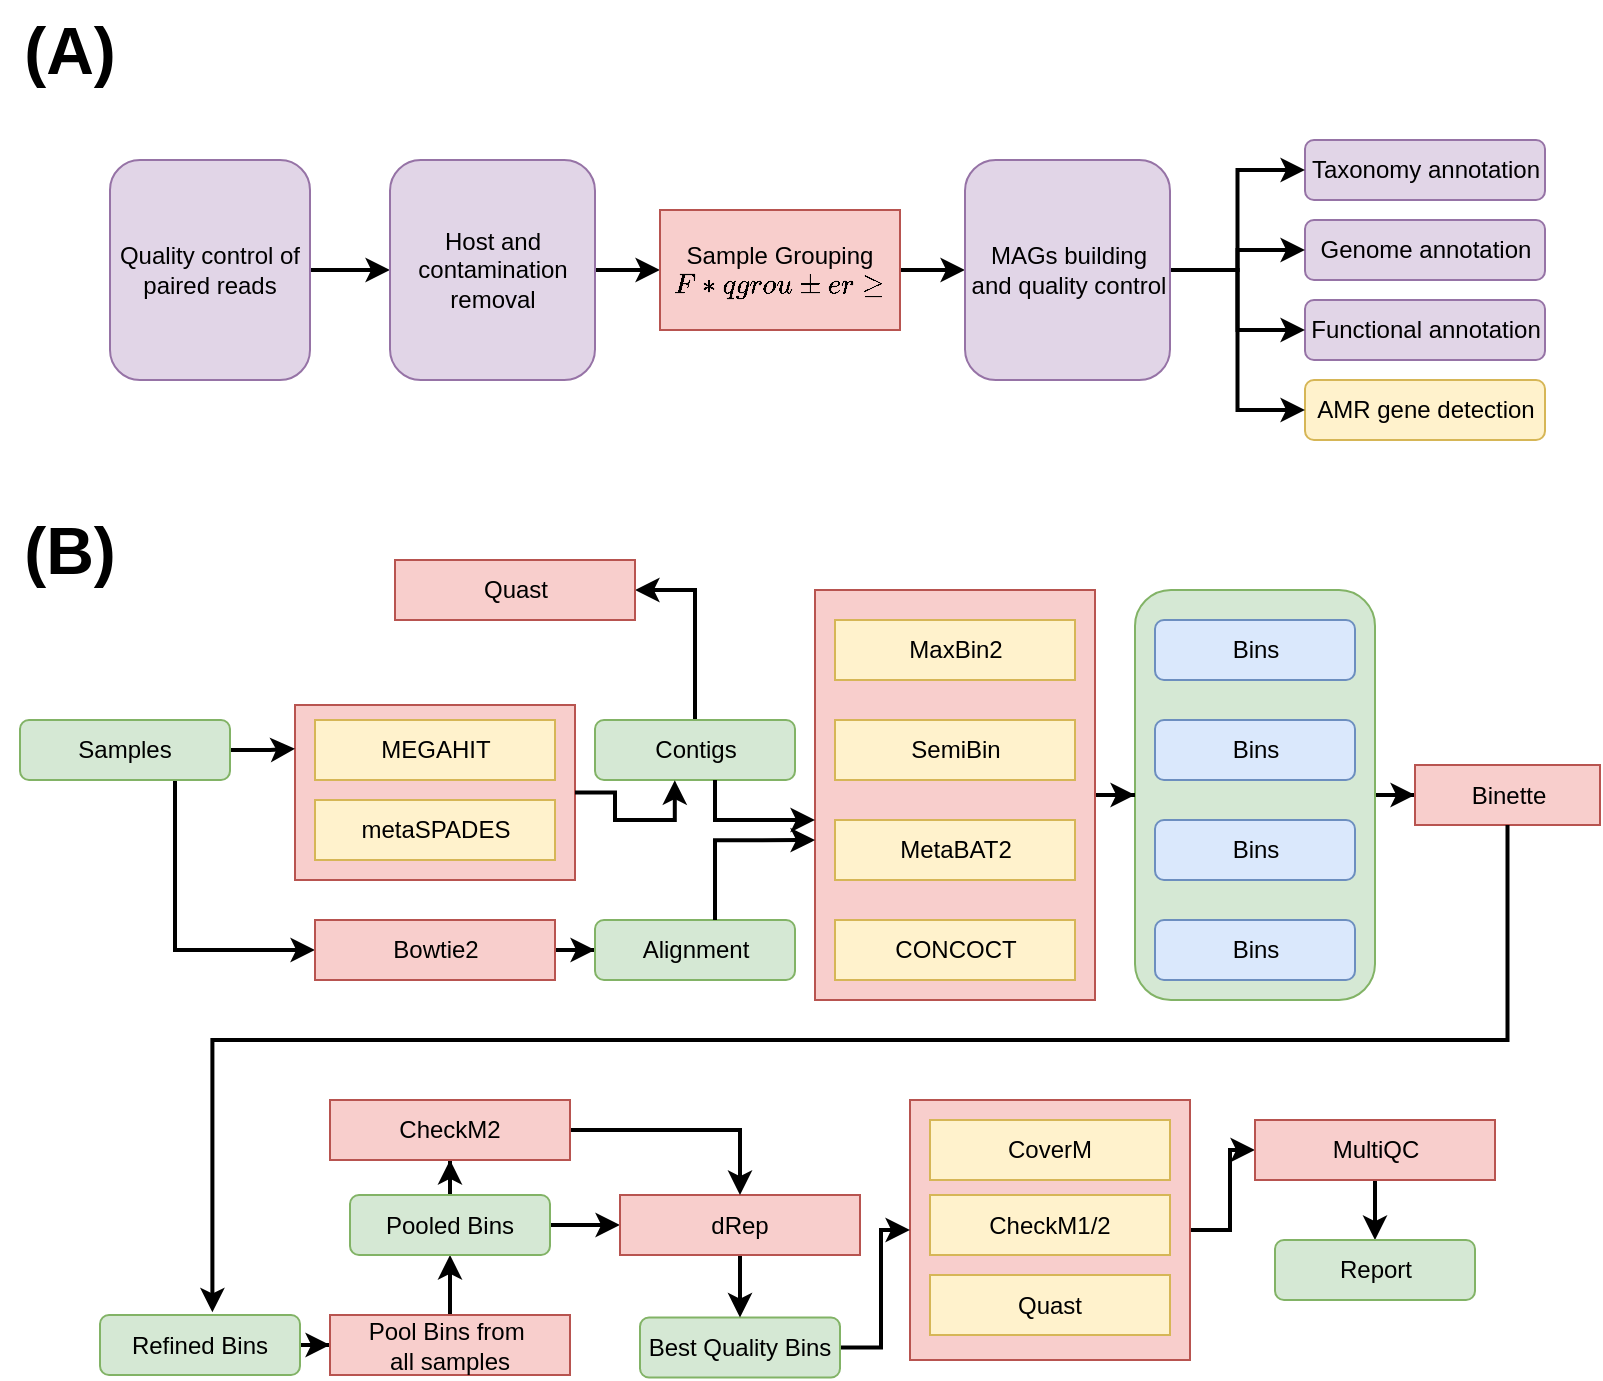
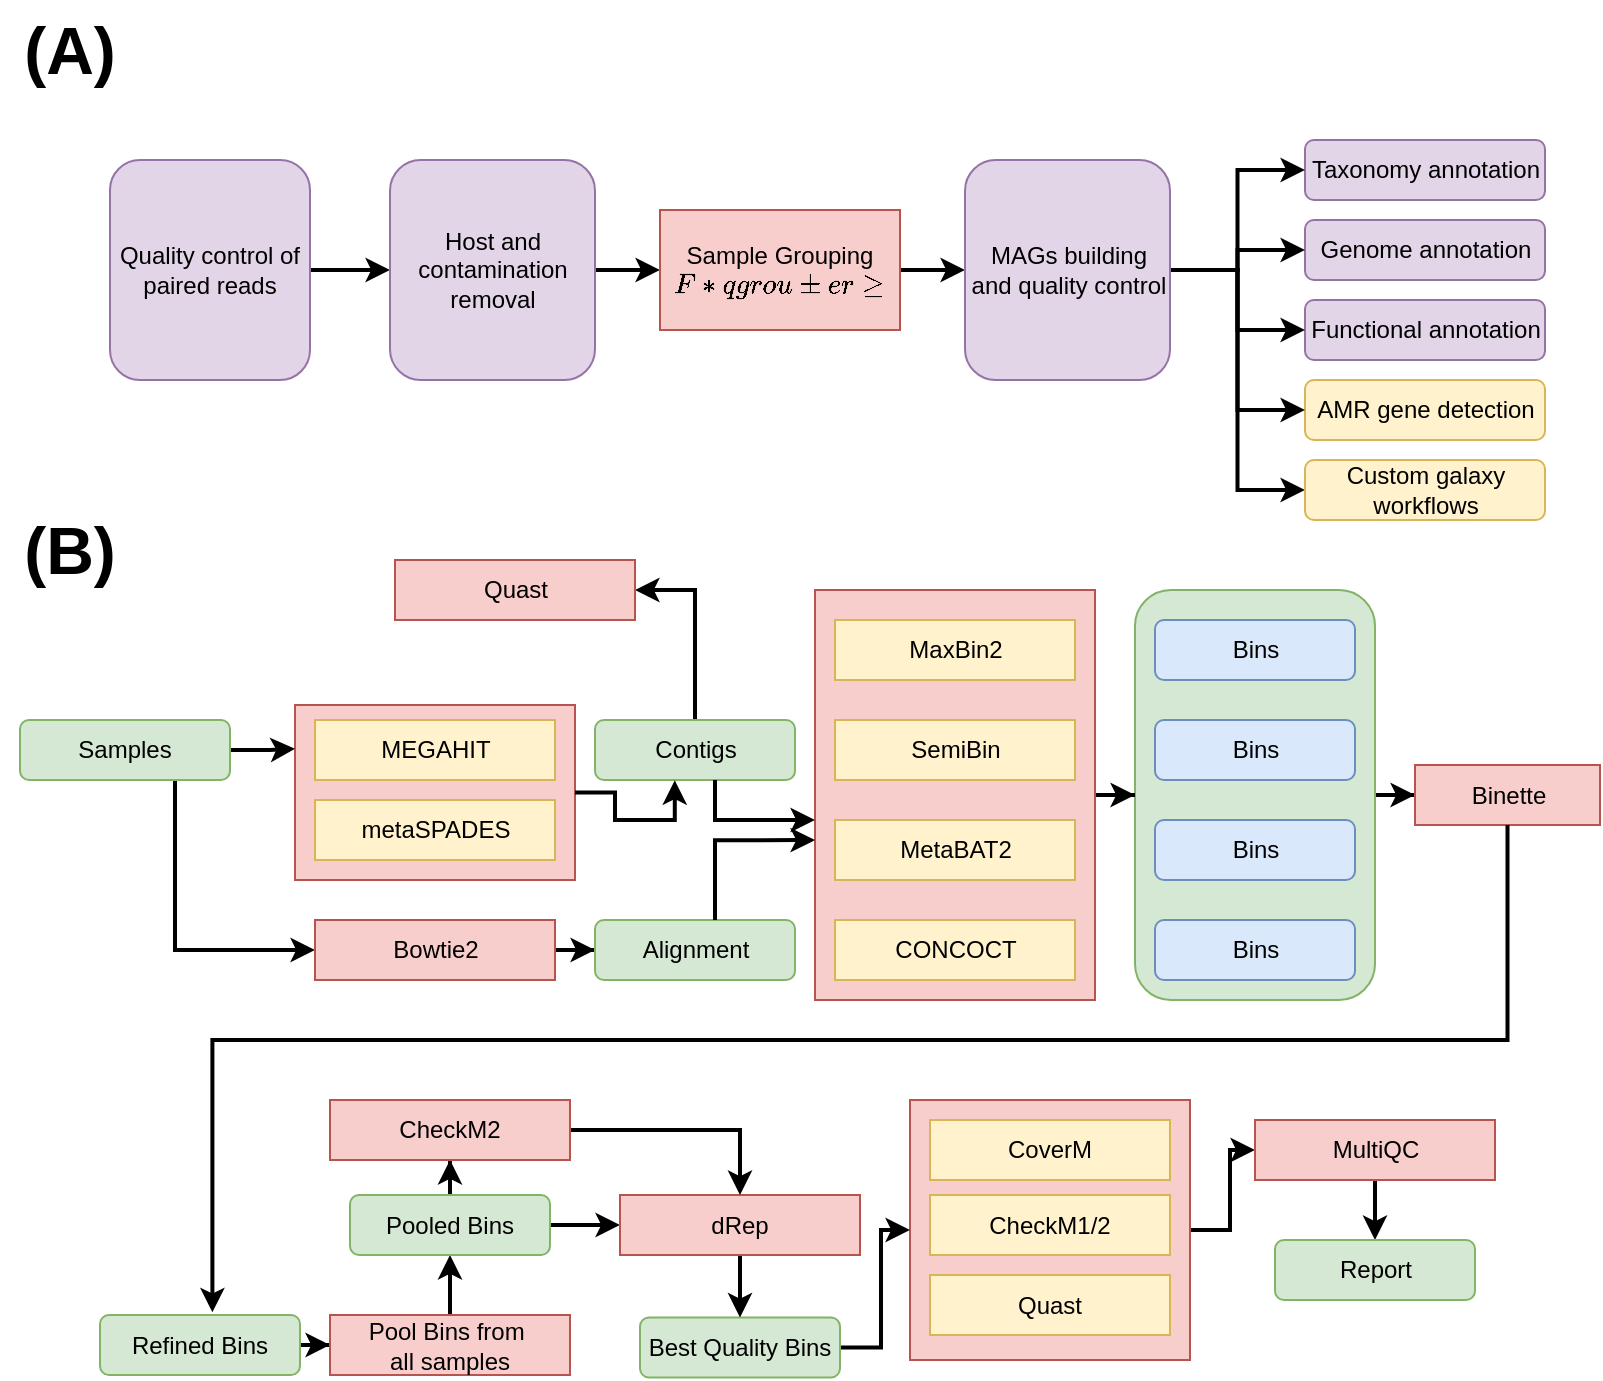
<mxfile host="app.diagrams.net" agent="Mozilla/5.0 (X11; Linux x86_64) AppleWebKit/537.36 (KHTML, like Gecko) Chrome/145.0.0.0 Safari/537.36" version="29.6.4">
  <diagram name="Page-1" id="OXx0mrphuP4tM-t9iBNC">
-     <mxGraphModel dx="1133" dy="733" grid="1" gridSize="10" guides="1" tooltips="1" connect="1" arrows="1" fold="1" page="1" pageScale="1" pageWidth="827" pageHeight="1169" math="0" shadow="0">
+     <mxGraphModel dx="938" dy="606" grid="1" gridSize="10" guides="1" tooltips="1" connect="1" arrows="1" fold="1" page="1" pageScale="1" pageWidth="827" pageHeight="1169" math="0" shadow="0">
      <root>
        <mxCell id="0" />
        <mxCell id="1" parent="0" />
        <mxCell id="AoyrjoGFgOjHUxMBYxMh-1" parent="1" style="rounded=0;whiteSpace=wrap;html=1;fillColor=#f8cecc;strokeColor=#b85450;" value="" vertex="1">
          <mxGeometry height="87.5" width="140" x="147.5" y="352.5" as="geometry" />
        </mxCell>
        <mxCell id="AoyrjoGFgOjHUxMBYxMh-2" edge="1" parent="1" source="AoyrjoGFgOjHUxMBYxMh-3" style="edgeStyle=orthogonalEdgeStyle;rounded=0;orthogonalLoop=1;jettySize=auto;html=1;strokeWidth=2;" target="AoyrjoGFgOjHUxMBYxMh-44">
          <mxGeometry relative="1" as="geometry" />
        </mxCell>
        <mxCell id="AoyrjoGFgOjHUxMBYxMh-3" parent="1" style="rounded=0;whiteSpace=wrap;html=1;fillColor=#f8cecc;strokeColor=#b85450;" value="" vertex="1">
          <mxGeometry height="130" width="140" x="455" y="550" as="geometry" />
        </mxCell>
        <mxCell id="AoyrjoGFgOjHUxMBYxMh-4" edge="1" parent="1" source="AoyrjoGFgOjHUxMBYxMh-5" style="edgeStyle=orthogonalEdgeStyle;rounded=0;orthogonalLoop=1;jettySize=auto;html=1;strokeWidth=2;" target="AoyrjoGFgOjHUxMBYxMh-27">
          <mxGeometry relative="1" as="geometry" />
        </mxCell>
        <mxCell id="AoyrjoGFgOjHUxMBYxMh-5" parent="1" style="rounded=1;whiteSpace=wrap;html=1;fillColor=#d5e8d4;strokeColor=#82b366;" value="" vertex="1">
          <mxGeometry height="205" width="120" x="567.5" y="295" as="geometry" />
        </mxCell>
        <mxCell id="AoyrjoGFgOjHUxMBYxMh-6" edge="1" parent="1" source="AoyrjoGFgOjHUxMBYxMh-7" style="edgeStyle=orthogonalEdgeStyle;rounded=0;orthogonalLoop=1;jettySize=auto;html=1;entryX=0;entryY=0.5;entryDx=0;entryDy=0;strokeWidth=2;" target="AoyrjoGFgOjHUxMBYxMh-5" value="">
          <mxGeometry relative="1" as="geometry" />
        </mxCell>
        <mxCell id="AoyrjoGFgOjHUxMBYxMh-7" parent="1" style="rounded=0;whiteSpace=wrap;html=1;fillColor=#f8cecc;strokeColor=#b85450;" value="" vertex="1">
          <mxGeometry height="205" width="140" x="407.5" y="295" as="geometry" />
        </mxCell>
        <mxCell id="AoyrjoGFgOjHUxMBYxMh-8" edge="1" parent="1" source="AoyrjoGFgOjHUxMBYxMh-10" style="edgeStyle=orthogonalEdgeStyle;rounded=0;orthogonalLoop=1;jettySize=auto;html=1;entryX=0;entryY=0.5;entryDx=0;entryDy=0;strokeWidth=2;" target="AoyrjoGFgOjHUxMBYxMh-16">
          <mxGeometry relative="1" as="geometry">
            <Array as="points">
              <mxPoint x="87.5" y="475" />
            </Array>
          </mxGeometry>
        </mxCell>
        <mxCell id="vkG2h01UbkOtzdg-TvTA-7" edge="1" parent="1" source="AoyrjoGFgOjHUxMBYxMh-10" style="edgeStyle=orthogonalEdgeStyle;rounded=0;orthogonalLoop=1;jettySize=auto;html=1;entryX=0;entryY=0.25;entryDx=0;entryDy=0;strokeWidth=2;" target="AoyrjoGFgOjHUxMBYxMh-1">
          <mxGeometry relative="1" as="geometry" />
        </mxCell>
        <mxCell id="AoyrjoGFgOjHUxMBYxMh-10" parent="1" style="rounded=1;whiteSpace=wrap;html=1;fillColor=#d5e8d4;strokeColor=#82b366;" value="Samples" vertex="1">
          <mxGeometry height="30" width="105" x="10" y="360" as="geometry" />
        </mxCell>
        <mxCell id="AoyrjoGFgOjHUxMBYxMh-11" edge="1" parent="1" source="AoyrjoGFgOjHUxMBYxMh-12" style="edgeStyle=orthogonalEdgeStyle;rounded=0;orthogonalLoop=1;jettySize=auto;html=1;entryX=1;entryY=0.5;entryDx=0;entryDy=0;strokeWidth=2;" target="AoyrjoGFgOjHUxMBYxMh-13">
          <mxGeometry relative="1" as="geometry" />
        </mxCell>
        <mxCell id="AoyrjoGFgOjHUxMBYxMh-12" parent="1" style="rounded=1;whiteSpace=wrap;html=1;fillColor=#d5e8d4;strokeColor=#82b366;" value="Contigs" vertex="1">
          <mxGeometry height="30" width="100" x="297.5" y="360" as="geometry" />
        </mxCell>
        <mxCell id="AoyrjoGFgOjHUxMBYxMh-13" parent="1" style="rounded=0;whiteSpace=wrap;html=1;fillColor=#f8cecc;strokeColor=#b85450;" value="Quast" vertex="1">
          <mxGeometry height="30" width="120" x="197.5" y="280" as="geometry" />
        </mxCell>
        <mxCell id="AoyrjoGFgOjHUxMBYxMh-14" parent="1" style="rounded=0;whiteSpace=wrap;html=1;fillColor=#fff2cc;strokeColor=#d6b656;" value="MEGAHIT" vertex="1">
          <mxGeometry height="30" width="120" x="157.5" y="360" as="geometry" />
        </mxCell>
        <mxCell id="AoyrjoGFgOjHUxMBYxMh-15" edge="1" parent="1" source="AoyrjoGFgOjHUxMBYxMh-16" style="edgeStyle=orthogonalEdgeStyle;rounded=0;orthogonalLoop=1;jettySize=auto;html=1;entryX=0;entryY=0.5;entryDx=0;entryDy=0;strokeWidth=2;" target="AoyrjoGFgOjHUxMBYxMh-22">
          <mxGeometry relative="1" as="geometry" />
        </mxCell>
        <mxCell id="AoyrjoGFgOjHUxMBYxMh-16" parent="1" style="rounded=0;whiteSpace=wrap;html=1;fillColor=#f8cecc;strokeColor=#b85450;" value="Bowtie2" vertex="1">
          <mxGeometry height="30" width="120" x="157.5" y="460" as="geometry" />
        </mxCell>
        <mxCell id="AoyrjoGFgOjHUxMBYxMh-17" parent="1" style="rounded=0;whiteSpace=wrap;html=1;fillColor=#fff2cc;strokeColor=#d6b656;" value="MaxBin2" vertex="1">
          <mxGeometry height="30" width="120" x="417.5" y="310" as="geometry" />
        </mxCell>
        <mxCell id="AoyrjoGFgOjHUxMBYxMh-18" parent="1" style="rounded=0;whiteSpace=wrap;html=1;fillColor=#fff2cc;strokeColor=#d6b656;" value="SemiBin" vertex="1">
          <mxGeometry height="30" width="120" x="417.5" y="360" as="geometry" />
        </mxCell>
        <mxCell id="AoyrjoGFgOjHUxMBYxMh-19" parent="1" style="rounded=0;whiteSpace=wrap;html=1;fillColor=#fff2cc;strokeColor=#d6b656;" value="MetaBAT2" vertex="1">
          <mxGeometry height="30" width="120" x="417.5" y="410" as="geometry" />
        </mxCell>
        <mxCell id="AoyrjoGFgOjHUxMBYxMh-20" parent="1" style="rounded=0;whiteSpace=wrap;html=1;fillColor=#fff2cc;strokeColor=#d6b656;" value="CONCOCT" vertex="1">
          <mxGeometry height="30" width="120" x="417.5" y="460" as="geometry" />
        </mxCell>
        <mxCell id="AoyrjoGFgOjHUxMBYxMh-21" parent="1" style="rounded=1;whiteSpace=wrap;html=1;fillColor=#dae8fc;strokeColor=#6c8ebf;" value="Bins" vertex="1">
          <mxGeometry height="30" width="100" x="577.5" y="360" as="geometry" />
        </mxCell>
        <mxCell id="AoyrjoGFgOjHUxMBYxMh-22" parent="1" style="rounded=1;whiteSpace=wrap;html=1;fillColor=#d5e8d4;strokeColor=#82b366;" value="Alignment" vertex="1">
          <mxGeometry height="30" width="100" x="297.5" y="460" as="geometry" />
        </mxCell>
        <mxCell id="AoyrjoGFgOjHUxMBYxMh-23" parent="1" style="rounded=1;whiteSpace=wrap;html=1;fillColor=#dae8fc;strokeColor=#6c8ebf;" value="Bins" vertex="1">
          <mxGeometry height="30" width="100" x="577.5" y="310" as="geometry" />
        </mxCell>
        <mxCell id="AoyrjoGFgOjHUxMBYxMh-24" parent="1" style="rounded=1;whiteSpace=wrap;html=1;fillColor=#dae8fc;strokeColor=#6c8ebf;" value="Bins" vertex="1">
          <mxGeometry height="30" width="100" x="577.5" y="410" as="geometry" />
        </mxCell>
        <mxCell id="AoyrjoGFgOjHUxMBYxMh-25" parent="1" style="rounded=1;whiteSpace=wrap;html=1;fillColor=#dae8fc;strokeColor=#6c8ebf;" value="Bins" vertex="1">
          <mxGeometry height="30" width="100" x="577.5" y="460" as="geometry" />
        </mxCell>
        <mxCell id="AoyrjoGFgOjHUxMBYxMh-27" parent="1" style="rounded=0;whiteSpace=wrap;html=1;fillColor=#f8cecc;strokeColor=#b85450;" value="Binette" vertex="1">
          <mxGeometry height="30" width="92.5" x="707.5" y="382.5" as="geometry" />
        </mxCell>
        <mxCell id="vkG2h01UbkOtzdg-TvTA-8" edge="1" parent="1" source="AoyrjoGFgOjHUxMBYxMh-29" style="edgeStyle=orthogonalEdgeStyle;rounded=0;orthogonalLoop=1;jettySize=auto;html=1;strokeWidth=2;" target="AoyrjoGFgOjHUxMBYxMh-31" value="">
          <mxGeometry relative="1" as="geometry" />
        </mxCell>
        <mxCell id="AoyrjoGFgOjHUxMBYxMh-29" parent="1" style="rounded=1;whiteSpace=wrap;html=1;fillColor=#d5e8d4;strokeColor=#82b366;" value="Refined Bins" vertex="1">
          <mxGeometry height="30" width="100" x="50" y="657.5" as="geometry" />
        </mxCell>
        <mxCell id="AoyrjoGFgOjHUxMBYxMh-30" edge="1" parent="1" source="AoyrjoGFgOjHUxMBYxMh-31" style="edgeStyle=orthogonalEdgeStyle;rounded=0;orthogonalLoop=1;jettySize=auto;html=1;entryX=0.5;entryY=1;entryDx=0;entryDy=0;strokeWidth=2;" target="AoyrjoGFgOjHUxMBYxMh-36">
          <mxGeometry relative="1" as="geometry" />
        </mxCell>
        <mxCell id="AoyrjoGFgOjHUxMBYxMh-31" parent="1" style="rounded=0;whiteSpace=wrap;html=1;fillColor=#f8cecc;strokeColor=#b85450;" value="Pool Bins from&amp;nbsp;&lt;div&gt;all samples&lt;/div&gt;" vertex="1">
          <mxGeometry height="30" width="120" x="165" y="657.5" as="geometry" />
        </mxCell>
        <mxCell id="AoyrjoGFgOjHUxMBYxMh-32" edge="1" parent="1" source="AoyrjoGFgOjHUxMBYxMh-33" style="edgeStyle=orthogonalEdgeStyle;rounded=0;orthogonalLoop=1;jettySize=auto;html=1;entryX=0;entryY=0.5;entryDx=0;entryDy=0;strokeWidth=2;" target="AoyrjoGFgOjHUxMBYxMh-3">
          <mxGeometry relative="1" as="geometry">
            <Array as="points">
              <mxPoint x="440.5" y="674" />
              <mxPoint x="440.5" y="615" />
            </Array>
          </mxGeometry>
        </mxCell>
        <mxCell id="AoyrjoGFgOjHUxMBYxMh-33" parent="1" style="rounded=1;whiteSpace=wrap;html=1;fillColor=#d5e8d4;strokeColor=#82b366;" value="Best Quality Bins" vertex="1">
          <mxGeometry height="30" width="100" x="320" y="658.75" as="geometry" />
        </mxCell>
        <mxCell id="AoyrjoGFgOjHUxMBYxMh-34" edge="1" parent="1" source="AoyrjoGFgOjHUxMBYxMh-36" style="edgeStyle=orthogonalEdgeStyle;rounded=0;orthogonalLoop=1;jettySize=auto;html=1;entryX=0;entryY=0.5;entryDx=0;entryDy=0;strokeWidth=2;" target="AoyrjoGFgOjHUxMBYxMh-38">
          <mxGeometry relative="1" as="geometry" />
        </mxCell>
        <mxCell id="AoyrjoGFgOjHUxMBYxMh-35" edge="1" parent="1" source="AoyrjoGFgOjHUxMBYxMh-36" style="edgeStyle=orthogonalEdgeStyle;rounded=0;orthogonalLoop=1;jettySize=auto;html=1;entryX=0.5;entryY=1;entryDx=0;entryDy=0;strokeWidth=2;" target="AoyrjoGFgOjHUxMBYxMh-49">
          <mxGeometry relative="1" as="geometry" />
        </mxCell>
        <mxCell id="AoyrjoGFgOjHUxMBYxMh-36" parent="1" style="rounded=1;whiteSpace=wrap;html=1;fillColor=#d5e8d4;strokeColor=#82b366;" value="Pooled Bins" vertex="1">
          <mxGeometry height="30" width="100" x="175" y="597.5" as="geometry" />
        </mxCell>
        <mxCell id="AoyrjoGFgOjHUxMBYxMh-37" edge="1" parent="1" source="AoyrjoGFgOjHUxMBYxMh-38" style="edgeStyle=orthogonalEdgeStyle;rounded=0;orthogonalLoop=1;jettySize=auto;html=1;entryX=0.5;entryY=0;entryDx=0;entryDy=0;strokeWidth=2;" target="AoyrjoGFgOjHUxMBYxMh-33">
          <mxGeometry relative="1" as="geometry" />
        </mxCell>
        <mxCell id="AoyrjoGFgOjHUxMBYxMh-38" parent="1" style="rounded=0;whiteSpace=wrap;html=1;fillColor=#f8cecc;strokeColor=#b85450;" value="dRep" vertex="1">
          <mxGeometry height="30" width="120" x="310" y="597.5" as="geometry" />
        </mxCell>
        <mxCell id="AoyrjoGFgOjHUxMBYxMh-39" parent="1" style="rounded=0;whiteSpace=wrap;html=1;fillColor=#fff2cc;strokeColor=#d6b656;" value="CoverM" vertex="1">
          <mxGeometry height="30" width="120" x="465" y="560" as="geometry" />
        </mxCell>
        <mxCell id="AoyrjoGFgOjHUxMBYxMh-40" parent="1" style="rounded=0;whiteSpace=wrap;html=1;fillColor=#fff2cc;strokeColor=#d6b656;" value="CheckM1/2" vertex="1">
          <mxGeometry height="30" width="120" x="465" y="597.5" as="geometry" />
        </mxCell>
        <mxCell id="AoyrjoGFgOjHUxMBYxMh-41" parent="1" style="rounded=0;whiteSpace=wrap;html=1;fillColor=#fff2cc;strokeColor=#d6b656;" value="Quast" vertex="1">
          <mxGeometry height="30" width="120" x="465" y="637.5" as="geometry" />
        </mxCell>
        <mxCell id="vkG2h01UbkOtzdg-TvTA-3" edge="1" parent="1" source="AoyrjoGFgOjHUxMBYxMh-44" style="edgeStyle=orthogonalEdgeStyle;rounded=0;orthogonalLoop=1;jettySize=auto;html=1;entryX=0.5;entryY=0;entryDx=0;entryDy=0;strokeWidth=2;" target="AoyrjoGFgOjHUxMBYxMh-45">
          <mxGeometry relative="1" as="geometry" />
        </mxCell>
        <mxCell id="AoyrjoGFgOjHUxMBYxMh-44" parent="1" style="rounded=0;whiteSpace=wrap;html=1;fillColor=#f8cecc;strokeColor=#b85450;" value="MultiQC" vertex="1">
          <mxGeometry height="30" width="120" x="627.5" y="560" as="geometry" />
        </mxCell>
        <mxCell id="AoyrjoGFgOjHUxMBYxMh-45" parent="1" style="rounded=1;whiteSpace=wrap;html=1;fillColor=#d5e8d4;strokeColor=#82b366;" value="Report" vertex="1">
          <mxGeometry height="30" width="100" x="637.5" y="620" as="geometry" />
        </mxCell>
        <mxCell id="AoyrjoGFgOjHUxMBYxMh-46" edge="1" parent="1" source="AoyrjoGFgOjHUxMBYxMh-22" style="edgeStyle=orthogonalEdgeStyle;rounded=0;orthogonalLoop=1;jettySize=auto;html=1;entryX=0;entryY=0.61;entryDx=0;entryDy=0;entryPerimeter=0;strokeWidth=2;" target="AoyrjoGFgOjHUxMBYxMh-7">
          <mxGeometry relative="1" as="geometry">
            <Array as="points">
              <mxPoint x="357.5" y="420" />
            </Array>
          </mxGeometry>
        </mxCell>
        <mxCell id="AoyrjoGFgOjHUxMBYxMh-47" edge="1" parent="1" source="AoyrjoGFgOjHUxMBYxMh-12" style="edgeStyle=orthogonalEdgeStyle;rounded=0;orthogonalLoop=1;jettySize=auto;html=1;entryX=0;entryY=0.561;entryDx=0;entryDy=0;entryPerimeter=0;strokeWidth=2;" target="AoyrjoGFgOjHUxMBYxMh-7">
          <mxGeometry relative="1" as="geometry">
            <Array as="points">
              <mxPoint x="357.5" y="410" />
            </Array>
          </mxGeometry>
        </mxCell>
        <mxCell id="AoyrjoGFgOjHUxMBYxMh-48" edge="1" parent="1" source="AoyrjoGFgOjHUxMBYxMh-49" style="edgeStyle=orthogonalEdgeStyle;rounded=0;orthogonalLoop=1;jettySize=auto;html=1;entryX=0.5;entryY=0;entryDx=0;entryDy=0;strokeWidth=2;" target="AoyrjoGFgOjHUxMBYxMh-38">
          <mxGeometry relative="1" as="geometry" />
        </mxCell>
        <mxCell id="AoyrjoGFgOjHUxMBYxMh-49" parent="1" style="rounded=0;whiteSpace=wrap;html=1;fillColor=#f8cecc;strokeColor=#b85450;" value="CheckM2" vertex="1">
          <mxGeometry height="30" width="120" x="165" y="550" as="geometry" />
        </mxCell>
        <mxCell id="AoyrjoGFgOjHUxMBYxMh-51" parent="1" style="rounded=0;whiteSpace=wrap;html=1;fillColor=#fff2cc;strokeColor=#d6b656;" value="metaSPADES" vertex="1">
          <mxGeometry height="30" width="120" x="157.5" y="400" as="geometry" />
        </mxCell>
        <mxCell id="AoyrjoGFgOjHUxMBYxMh-52" edge="1" parent="1" source="AoyrjoGFgOjHUxMBYxMh-1" style="edgeStyle=orthogonalEdgeStyle;rounded=0;orthogonalLoop=1;jettySize=auto;html=1;entryX=0.399;entryY=1.005;entryDx=0;entryDy=0;entryPerimeter=0;strokeWidth=2;" target="AoyrjoGFgOjHUxMBYxMh-12">
          <mxGeometry relative="1" as="geometry" />
        </mxCell>
        <mxCell id="vkG2h01UbkOtzdg-TvTA-10" edge="1" parent="1" source="AoyrjoGFgOjHUxMBYxMh-54" style="edgeStyle=orthogonalEdgeStyle;rounded=0;orthogonalLoop=1;jettySize=auto;html=1;entryX=0;entryY=0.5;entryDx=0;entryDy=0;strokeWidth=2;" target="AoyrjoGFgOjHUxMBYxMh-56">
          <mxGeometry relative="1" as="geometry" />
        </mxCell>
        <mxCell id="AoyrjoGFgOjHUxMBYxMh-54" parent="1" style="rounded=1;whiteSpace=wrap;html=1;fillColor=#e1d5e7;strokeColor=#9673a6;" value="Quality control of paired reads" vertex="1">
          <mxGeometry height="110" width="100" x="55" y="80" as="geometry" />
        </mxCell>
        <mxCell id="vkG2h01UbkOtzdg-TvTA-13" edge="1" parent="1" source="AoyrjoGFgOjHUxMBYxMh-56" style="edgeStyle=orthogonalEdgeStyle;rounded=0;orthogonalLoop=1;jettySize=auto;html=1;strokeWidth=2;" target="AoyrjoGFgOjHUxMBYxMh-59">
          <mxGeometry relative="1" as="geometry" />
        </mxCell>
        <mxCell id="AoyrjoGFgOjHUxMBYxMh-56" parent="1" style="rounded=1;whiteSpace=wrap;html=1;fillColor=#e1d5e7;strokeColor=#9673a6;" value="Host and contamination removal" vertex="1">
          <mxGeometry height="110" width="102.5" x="195" y="80" as="geometry" />
        </mxCell>
        <mxCell id="vkG2h01UbkOtzdg-TvTA-14" edge="1" parent="1" source="AoyrjoGFgOjHUxMBYxMh-59" style="edgeStyle=orthogonalEdgeStyle;rounded=0;orthogonalLoop=1;jettySize=auto;html=1;entryX=0;entryY=0.5;entryDx=0;entryDy=0;strokeWidth=2;" target="vkG2h01UbkOtzdg-TvTA-9">
          <mxGeometry relative="1" as="geometry" />
        </mxCell>
        <mxCell id="AoyrjoGFgOjHUxMBYxMh-59" parent="1" style="rounded=0;whiteSpace=wrap;html=1;fillColor=#f8cecc;strokeColor=#b85450;" value="Sample Grouping&lt;div&gt;&lt;div&gt;`Fastq groupmerge`&lt;/div&gt;&lt;/div&gt;" vertex="1">
          <mxGeometry height="60" width="120" x="330" y="105" as="geometry" />
        </mxCell>
        <mxCell id="AoyrjoGFgOjHUxMBYxMh-64" parent="1" style="rounded=1;whiteSpace=wrap;html=1;fillColor=#e1d5e7;strokeColor=#9673a6;" value="Taxonomy annotation" vertex="1">
          <mxGeometry height="30" width="120" x="652.5" y="70" as="geometry" />
        </mxCell>
        <mxCell id="AoyrjoGFgOjHUxMBYxMh-65" parent="1" style="rounded=1;whiteSpace=wrap;html=1;fillColor=#e1d5e7;strokeColor=#9673a6;" value="Genome annotation" vertex="1">
          <mxGeometry height="30" width="120" x="652.5" y="110" as="geometry" />
        </mxCell>
        <mxCell id="AoyrjoGFgOjHUxMBYxMh-66" parent="1" style="rounded=1;whiteSpace=wrap;html=1;fillColor=#e1d5e7;strokeColor=#9673a6;" value="Functional annotation" vertex="1">
          <mxGeometry height="30" width="120" x="652.5" y="150" as="geometry" />
        </mxCell>
        <mxCell id="AoyrjoGFgOjHUxMBYxMh-67" parent="1" style="rounded=1;whiteSpace=wrap;html=1;fillColor=#fff2cc;strokeColor=#d6b656;" value="AMR gene detection" vertex="1">
          <mxGeometry height="30" width="120" x="652.5" y="190" as="geometry" />
        </mxCell>
        <mxCell id="vkG2h01UbkOtzdg-TvTA-6" edge="1" parent="1" source="AoyrjoGFgOjHUxMBYxMh-27" style="edgeStyle=orthogonalEdgeStyle;rounded=0;orthogonalLoop=1;jettySize=auto;html=1;entryX=0.562;entryY=-0.044;entryDx=0;entryDy=0;entryPerimeter=0;strokeWidth=2;" target="AoyrjoGFgOjHUxMBYxMh-29">
          <mxGeometry relative="1" as="geometry">
            <Array as="points">
              <mxPoint x="754" y="520" />
              <mxPoint x="106" y="520" />
            </Array>
          </mxGeometry>
        </mxCell>
        <mxCell id="vkG2h01UbkOtzdg-TvTA-15" edge="1" parent="1" source="vkG2h01UbkOtzdg-TvTA-9" style="edgeStyle=orthogonalEdgeStyle;rounded=0;orthogonalLoop=1;jettySize=auto;html=1;entryX=0;entryY=0.5;entryDx=0;entryDy=0;strokeWidth=2;" target="AoyrjoGFgOjHUxMBYxMh-64">
          <mxGeometry relative="1" as="geometry" />
        </mxCell>
        <mxCell id="vkG2h01UbkOtzdg-TvTA-16" edge="1" parent="1" source="vkG2h01UbkOtzdg-TvTA-9" style="edgeStyle=orthogonalEdgeStyle;rounded=0;orthogonalLoop=1;jettySize=auto;html=1;entryX=0;entryY=0.5;entryDx=0;entryDy=0;strokeWidth=2;" target="AoyrjoGFgOjHUxMBYxMh-65">
          <mxGeometry relative="1" as="geometry" />
        </mxCell>
        <mxCell id="vkG2h01UbkOtzdg-TvTA-17" edge="1" parent="1" source="vkG2h01UbkOtzdg-TvTA-9" style="edgeStyle=orthogonalEdgeStyle;rounded=0;orthogonalLoop=1;jettySize=auto;html=1;entryX=0;entryY=0.5;entryDx=0;entryDy=0;strokeWidth=2;" target="AoyrjoGFgOjHUxMBYxMh-66">
          <mxGeometry relative="1" as="geometry" />
        </mxCell>
        <mxCell id="vkG2h01UbkOtzdg-TvTA-18" edge="1" parent="1" source="vkG2h01UbkOtzdg-TvTA-9" style="edgeStyle=orthogonalEdgeStyle;rounded=0;orthogonalLoop=1;jettySize=auto;html=1;entryX=0;entryY=0.5;entryDx=0;entryDy=0;strokeWidth=2;" target="AoyrjoGFgOjHUxMBYxMh-67">
          <mxGeometry relative="1" as="geometry" />
        </mxCell>
+         <mxCell id="qRnCOxgN8ylnj0CtC2k5-2" edge="1" parent="1" source="vkG2h01UbkOtzdg-TvTA-9" style="edgeStyle=orthogonalEdgeStyle;rounded=0;orthogonalLoop=1;jettySize=auto;html=1;entryX=0;entryY=0.5;entryDx=0;entryDy=0;strokeWidth=2;" target="qRnCOxgN8ylnj0CtC2k5-1">
+           <mxGeometry relative="1" as="geometry" />
+         </mxCell>
        <mxCell id="vkG2h01UbkOtzdg-TvTA-9" parent="1" style="rounded=1;whiteSpace=wrap;html=1;fillColor=#e1d5e7;strokeColor=#9673a6;" value="MAGs building and quality control" vertex="1">
          <mxGeometry height="110" width="102.5" x="482.5" y="80" as="geometry" />
        </mxCell>
        <mxCell id="vkG2h01UbkOtzdg-TvTA-12" edge="1" parent="1" source="AoyrjoGFgOjHUxMBYxMh-59" style="edgeStyle=orthogonalEdgeStyle;rounded=0;orthogonalLoop=1;jettySize=auto;html=1;exitX=0.5;exitY=1;exitDx=0;exitDy=0;" target="AoyrjoGFgOjHUxMBYxMh-59">
          <mxGeometry relative="1" as="geometry" />
        </mxCell>
        <mxCell id="vkG2h01UbkOtzdg-TvTA-19" parent="1" style="text;html=1;whiteSpace=wrap;strokeColor=none;fillColor=none;align=center;verticalAlign=middle;rounded=0;autosize=1;resizable=0;" value="&lt;b&gt;&lt;font style=&quot;font-size: 33px;&quot;&gt;(A)&lt;/font&gt;&lt;/b&gt;" vertex="1">
          <mxGeometry height="50" width="70" as="geometry" />
        </mxCell>
        <mxCell id="vkG2h01UbkOtzdg-TvTA-20" parent="1" style="text;html=1;whiteSpace=wrap;strokeColor=none;fillColor=none;align=center;verticalAlign=middle;rounded=0;autosize=1;resizable=0;" value="&lt;b&gt;&lt;font style=&quot;font-size: 33px;&quot;&gt;(B)&lt;/font&gt;&lt;/b&gt;" vertex="1">
          <mxGeometry height="50" width="70" y="250" as="geometry" />
+         </mxCell>
+         <mxCell id="qRnCOxgN8ylnj0CtC2k5-1" parent="1" style="rounded=1;whiteSpace=wrap;html=1;fillColor=#fff2cc;strokeColor=#d6b656;" value="Custom galaxy workflows" vertex="1">
+           <mxGeometry height="30" width="120" x="652.5" y="230" as="geometry" />
        </mxCell>
      </root>
    </mxGraphModel>
  </diagram>
</mxfile>
